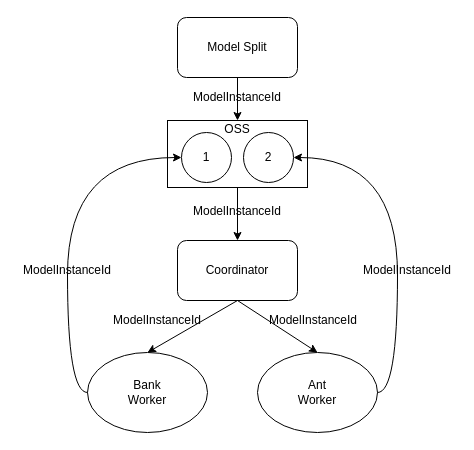
Above: page "第 1 页" (1 of 2) of 模型发布.drawio in chlq1128/Mycode (draw.io), before the change. Source tidied: cells renumbered, new cells numbered last; positions are measured from the earlier drawing's top-left corner, leaving out a move shared by most shapes. Both pictures are drawn from the tidied source at 100%, with x=0, y=0 at pixel (47, 17).
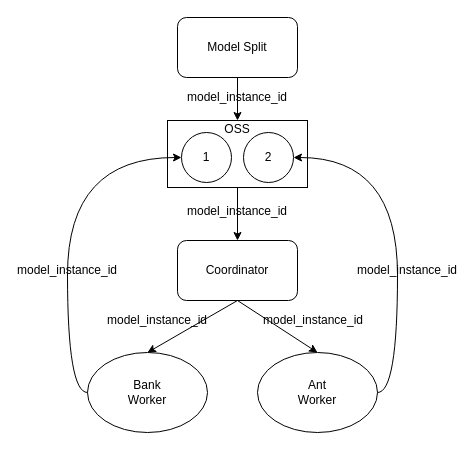
The same diagram, later.

Commit message:
更新模型发布.drawio

The edit, as a diff of the source:
```diff
@@
-    <mxCell id="7" value="ModelInstanceId" style="text;html=1;strokeColor=none;fillColor=none;align=center;verticalAlign=middle;whiteSpace=wrap;rounded=0;" parent="1" vertex="1">
+    <mxCell id="7" value="model_instance_id" style="text;html=1;strokeColor=none;fillColor=none;align=center;verticalAlign=middle;whiteSpace=wrap;rounded=0;" parent="1" vertex="1">
       <mxGeometry x="170" y="184" width="40" height="20" as="geometry" />
     </mxCell>
@@
-    <mxCell id="13" value="ModelInstanceId" style="text;html=1;strokeColor=none;fillColor=none;align=center;verticalAlign=middle;whiteSpace=wrap;rounded=0;" parent="1" vertex="1">
+    <mxCell id="13" value="model_instance_id" style="text;html=1;strokeColor=none;fillColor=none;align=center;verticalAlign=middle;whiteSpace=wrap;rounded=0;" parent="1" vertex="1">
       <mxGeometry x="340" y="243" width="40" height="20" as="geometry" />
     </mxCell>
-    <mxCell id="14" value="ModelInstanceId" style="text;html=1;strokeColor=none;fillColor=none;align=center;verticalAlign=middle;whiteSpace=wrap;rounded=0;" parent="1" vertex="1">
+    <mxCell id="14" value="model_instance_id" style="text;html=1;strokeColor=none;fillColor=none;align=center;verticalAlign=middle;whiteSpace=wrap;rounded=0;" parent="1" vertex="1">
       <mxGeometry y="243" width="40" height="20" as="geometry" />
     </mxCell>
@@
-    <mxCell id="17" value="ModelInstanceId" style="text;html=1;strokeColor=none;fillColor=none;align=center;verticalAlign=middle;whiteSpace=wrap;rounded=0;" parent="1" vertex="1">
+    <mxCell id="17" value="model_instance_id" style="text;html=1;strokeColor=none;fillColor=none;align=center;verticalAlign=middle;whiteSpace=wrap;rounded=0;" parent="1" vertex="1">
       <mxGeometry x="90" y="293" width="40" height="20" as="geometry" />
     </mxCell>
-    <mxCell id="18" value="ModelInstanceId" style="text;html=1;strokeColor=none;fillColor=none;align=center;verticalAlign=middle;whiteSpace=wrap;rounded=0;" parent="1" vertex="1">
+    <mxCell id="18" value="model_instance_id" style="text;html=1;strokeColor=none;fillColor=none;align=center;verticalAlign=middle;whiteSpace=wrap;rounded=0;" parent="1" vertex="1">
       <mxGeometry x="246" y="293" width="40" height="20" as="geometry" />
     </mxCell>
@@
-    <mxCell id="21" value="ModelInstanceId" style="text;html=1;strokeColor=none;fillColor=none;align=center;verticalAlign=middle;whiteSpace=wrap;rounded=0;" parent="1" vertex="1">
+    <mxCell id="21" value="model_instance_id" style="text;html=1;strokeColor=none;fillColor=none;align=center;verticalAlign=middle;whiteSpace=wrap;rounded=0;" parent="1" vertex="1">
       <mxGeometry x="170" y="70" width="40" height="20" as="geometry" />
     </mxCell>
```
